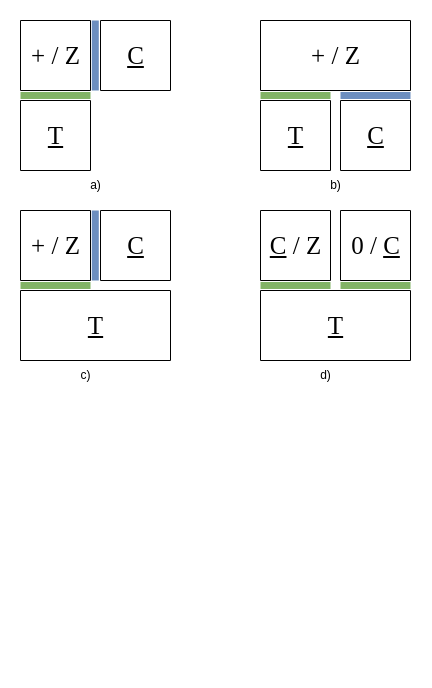
This is translation.drawio from alexandrupaler/alexandrupaler.github.io, a draw.io file, before an edit. Source tidied: cells renumbered, new cells numbered last; positions are measured from the earlier drawing's top-left corner, leaving out a move shared by most shapes. Both pictures are drawn from the tidied source at 100%, with x=0, y=0 at pixel (20, 20).
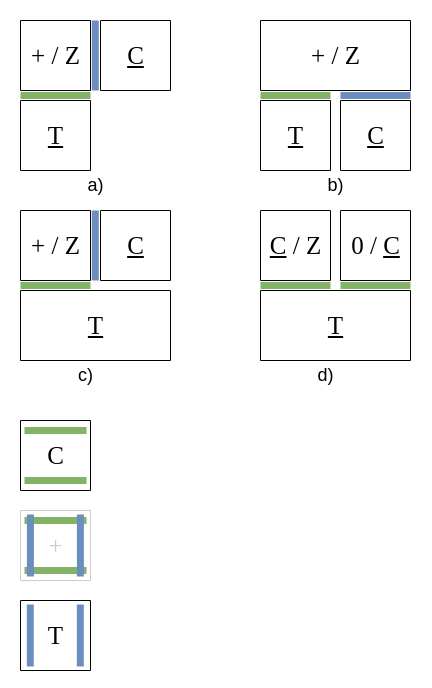
After the change.

Diff of the diagram source:
```diff
@@
-    <mxCell id="34" value="a)" style="text;html=1;align=center;verticalAlign=middle;strokeColor=none;fillColor=none;" parent="1" vertex="1">
-      <mxGeometry x="60" y="150" width="30" height="30" as="geometry" />
+    <mxCell id="34" value="a)" style="text;html=1;align=center;verticalAlign=middle;strokeColor=none;fillColor=none;fontSize=18;" parent="1" vertex="1">
+      <mxGeometry x="55" y="145" width="40" height="40" as="geometry" />
     </mxCell>
-    <mxCell id="35" value="b)" style="text;html=1;align=center;verticalAlign=middle;strokeColor=none;fillColor=none;" parent="1" vertex="1">
-      <mxGeometry x="300" y="150" width="30" height="30" as="geometry" />
+    <mxCell id="35" value="b)" style="text;html=1;align=center;verticalAlign=middle;strokeColor=none;fillColor=none;fontSize=18;" parent="1" vertex="1">
+      <mxGeometry x="295" y="145" width="40" height="40" as="geometry" />
     </mxCell>
-    <mxCell id="36" value="c)" style="text;html=1;align=center;verticalAlign=middle;strokeColor=none;fillColor=none;" parent="1" vertex="1">
-      <mxGeometry x="50" y="340" width="30" height="30" as="geometry" />
+    <mxCell id="36" value="c)" style="text;html=1;align=center;verticalAlign=middle;strokeColor=none;fillColor=none;fontSize=18;" parent="1" vertex="1">
+      <mxGeometry x="45" y="335" width="40" height="40" as="geometry" />
     </mxCell>
-    <mxCell id="37" value="d)" style="text;html=1;align=center;verticalAlign=middle;strokeColor=none;fillColor=none;" parent="1" vertex="1">
-      <mxGeometry x="290" y="340" width="30" height="30" as="geometry" />
+    <mxCell id="37" value="d)" style="text;html=1;align=center;verticalAlign=middle;strokeColor=none;fillColor=none;fontSize=18;" parent="1" vertex="1">
+      <mxGeometry x="285" y="335" width="40" height="40" as="geometry" />
     </mxCell>
+    <mxCell id="38" style="swimlane;startSize=0;" parent="1" vertex="1">
+      <mxGeometry y="400" width="70" height="70" as="geometry" />
+    </mxCell>
+    <mxCell id="39" value="&lt;font&gt;C&lt;/font&gt;" style="text;html=1;align=center;verticalAlign=middle;strokeColor=none;fillColor=none;fontSize=25;fontFamily=Garamond;" parent="38" vertex="1">
+      <mxGeometry x="15" y="15" width="40" height="40" as="geometry" />
+    </mxCell>
+    <mxCell id="40" style="endArrow=none;html=1;rounded=0;strokeWidth=7;fillColor=#d5e8d4;strokeColor=#82b366;" parent="38" edge="1">
+      <mxGeometry relative="1" as="geometry">
+        <mxPoint x="4" y="10" as="sourcePoint" />
+        <mxPoint x="66" y="10" as="targetPoint" />
+      </mxGeometry>
+    </mxCell>
+    <mxCell id="41" style="endArrow=none;html=1;rounded=0;strokeWidth=7;fillColor=#d5e8d4;strokeColor=#82b366;" parent="38" edge="1">
+      <mxGeometry relative="1" as="geometry">
+        <mxPoint x="4" y="60" as="sourcePoint" />
+        <mxPoint x="66" y="60" as="targetPoint" />
+      </mxGeometry>
+    </mxCell>
+    <mxCell id="42" style="swimlane;startSize=0;strokeColor=#CCCCCC;" parent="1" vertex="1">
+      <mxGeometry y="490" width="70" height="70" as="geometry" />
+    </mxCell>
+    <mxCell id="43" value="&lt;font&gt;+&lt;/font&gt;" style="text;html=1;align=center;verticalAlign=middle;strokeColor=none;fillColor=none;fontSize=25;fontFamily=Garamond;fontColor=#CCCCCC;" parent="42" vertex="1">
+      <mxGeometry x="15" y="15" width="40" height="40" as="geometry" />
+    </mxCell>
+    <mxCell id="44" style="endArrow=none;html=1;rounded=0;strokeWidth=7;fillColor=#d5e8d4;strokeColor=#82b366;" parent="42" edge="1">
+      <mxGeometry relative="1" as="geometry">
+        <mxPoint x="4" y="10" as="sourcePoint" />
+        <mxPoint x="66" y="10" as="targetPoint" />
+      </mxGeometry>
+    </mxCell>
+    <mxCell id="45" style="endArrow=none;html=1;rounded=0;strokeWidth=7;fillColor=#d5e8d4;strokeColor=#82b366;" parent="42" edge="1">
+      <mxGeometry relative="1" as="geometry">
+        <mxPoint x="4" y="60" as="sourcePoint" />
+        <mxPoint x="66" y="60" as="targetPoint" />
+      </mxGeometry>
+    </mxCell>
+    <mxCell id="46" style="endArrow=none;html=1;rounded=0;strokeWidth=7;fillColor=#dae8fc;strokeColor=#6c8ebf;" parent="42" edge="1">
+      <mxGeometry relative="1" as="geometry">
+        <mxPoint x="9.9" y="4" as="sourcePoint" />
+        <mxPoint x="9.9" y="66" as="targetPoint" />
+      </mxGeometry>
+    </mxCell>
+    <mxCell id="47" style="endArrow=none;html=1;rounded=0;strokeWidth=7;fillColor=#dae8fc;strokeColor=#6c8ebf;" parent="42" edge="1">
+      <mxGeometry relative="1" as="geometry">
+        <mxPoint x="59.9" y="4" as="sourcePoint" />
+        <mxPoint x="59.9" y="66" as="targetPoint" />
+      </mxGeometry>
+    </mxCell>
+    <mxCell id="48" style="swimlane;startSize=0;" parent="1" vertex="1">
+      <mxGeometry y="580" width="70" height="70" as="geometry" />
+    </mxCell>
+    <mxCell id="49" style="endArrow=none;html=1;rounded=0;strokeWidth=7;fillColor=#dae8fc;strokeColor=#6c8ebf;" parent="48" edge="1">
+      <mxGeometry relative="1" as="geometry">
+        <mxPoint x="9.8" y="4" as="sourcePoint" />
+        <mxPoint x="9.8" y="66" as="targetPoint" />
+      </mxGeometry>
+    </mxCell>
+    <mxCell id="50" style="endArrow=none;html=1;rounded=0;strokeWidth=7;fillColor=#dae8fc;strokeColor=#6c8ebf;" parent="48" edge="1">
+      <mxGeometry relative="1" as="geometry">
+        <mxPoint x="59.8" y="4" as="sourcePoint" />
+        <mxPoint x="59.8" y="66" as="targetPoint" />
+      </mxGeometry>
+    </mxCell>
+    <mxCell id="51" value="&lt;font&gt;T&lt;/font&gt;" style="text;html=1;align=center;verticalAlign=middle;strokeColor=none;fillColor=none;fontSize=25;fontFamily=Garamond;" parent="48" vertex="1">
+      <mxGeometry x="14.8" y="15" width="40" height="40" as="geometry" />
+    </mxCell>
```
